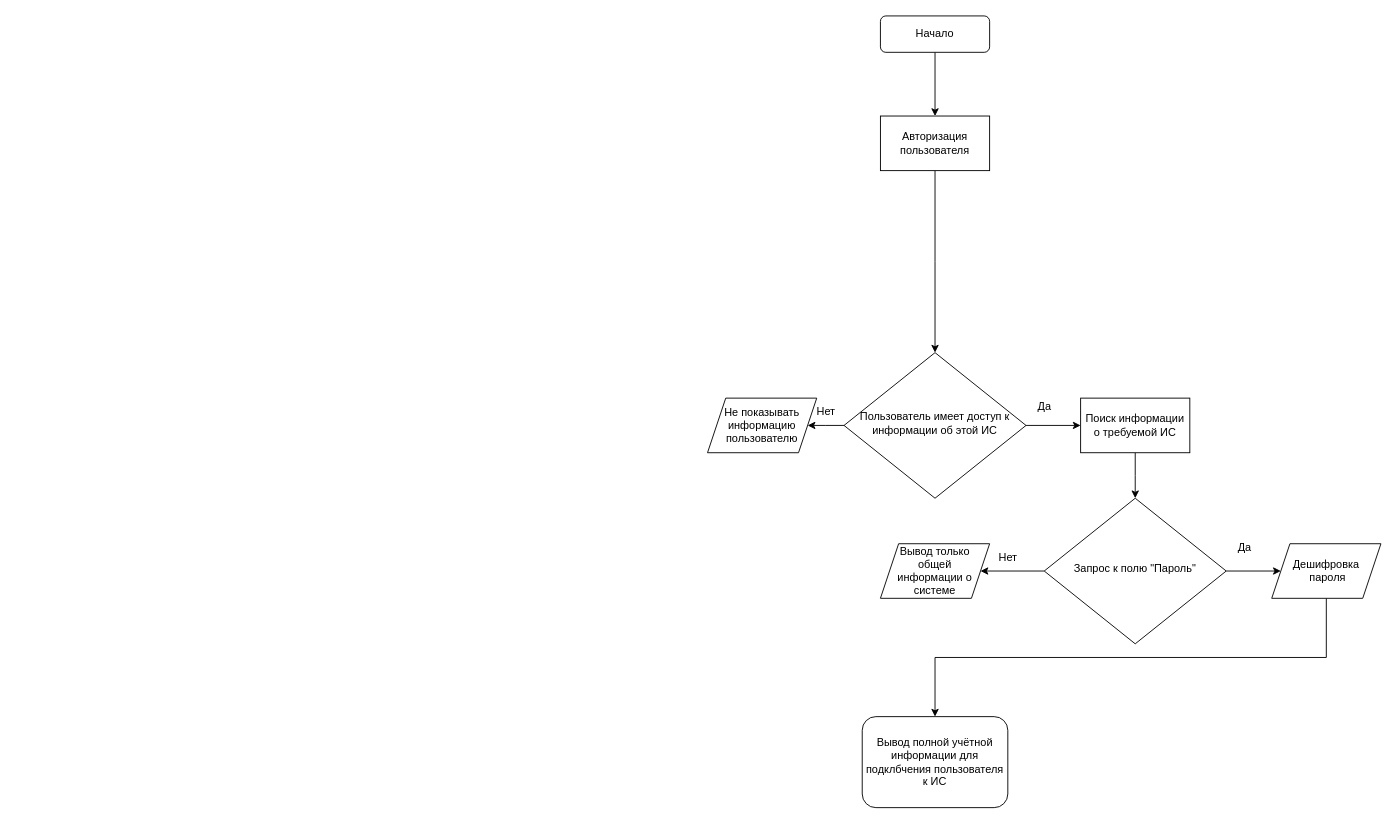
Before: Диаграмма без названия.drawio in Roman-Denisov/RepoDrawIo, a draw.io diagram. Source tidied: cells renumbered, new cells numbered last; positions are measured from the earlier drawing's top-left corner, leaving out a move shared by most shapes. Both pictures are drawn from the tidied source at 91%, with x=0, y=0 at pixel (707, 15).
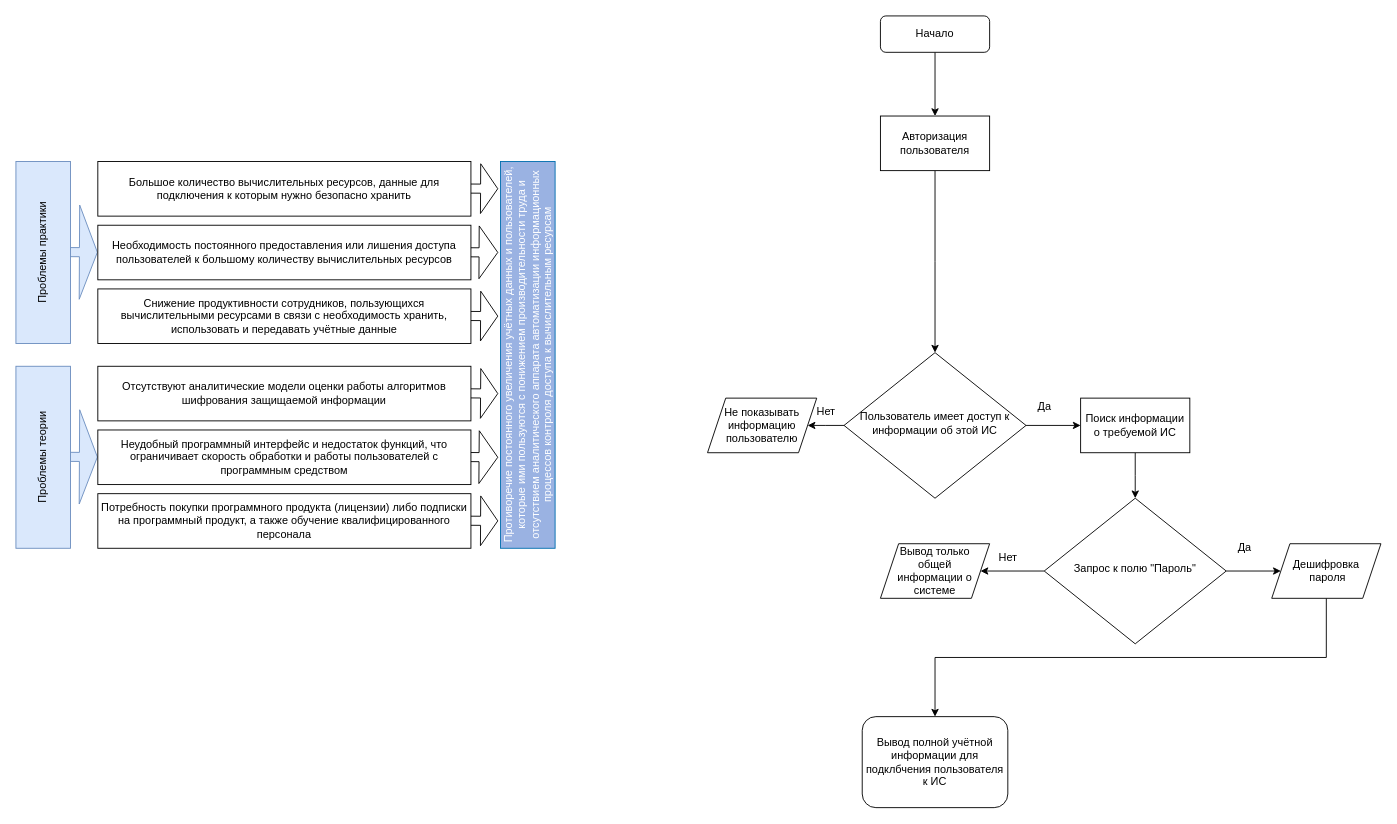
The same diagram, later.

The edit, as a diff of the source:
```diff
@@
+    <mxCell id="23" value="Противоречие постоянного увеличения учётных данных и пользователей, которые ими пользуются с понижением производительности труда и отсутствием аналитического аппарата автоматизации информационных процессов контроля доступа к вычислительным ресурсам" style="rounded=0;whiteSpace=wrap;html=1;rotation=-90;fillColor=#9AB2E2;strokeColor=#006EAF;fontColor=#ffffff;" parent="1" vertex="1">
+      <mxGeometry x="-410" y="342.5" width="425" height="60" as="geometry" />
+    </mxCell>
+    <mxCell id="24" style="shape=flexArrow;endArrow=classic;html=1;rounded=0;endWidth=92.57142857142857;endSize=6.234285714285714;startWidth=49.714285714285715;startSize=19.33142857142857;fillColor=#dae8fc;strokeColor=#6c8ebf;" parent="1" edge="1">
+      <mxGeometry relative="1" as="geometry">
+        <mxPoint x="-710" y="259.5" as="sourcePoint" />
+        <mxPoint x="-670" y="259.7" as="targetPoint" />
+      </mxGeometry>
+    </mxCell>
+    <mxCell id="25" value="Проблемы практики" style="rounded=0;whiteSpace=wrap;html=1;rotation=-90;fillColor=#dae8fc;strokeColor=#6c8ebf;" parent="1" vertex="1">
+      <mxGeometry x="-830" y="230" width="200" height="60" as="geometry" />
+    </mxCell>
+    <mxCell id="26" style="shape=flexArrow;endArrow=classic;html=1;rounded=0;endWidth=43.666666666666664;endSize=5.963333333333334;startWidth=49.714285714285715;startSize=19.33142857142857;" parent="1" edge="1">
+      <mxGeometry relative="1" as="geometry">
+        <mxPoint x="-270" y="189.7" as="sourcePoint" />
+        <mxPoint x="-230" y="189.9" as="targetPoint" />
+      </mxGeometry>
+    </mxCell>
+    <mxCell id="27" value="Большое количество вычислительных ресурсов, данные для подключения к которым нужно безопасно хранить" style="rounded=0;whiteSpace=wrap;html=1;rotation=0;" parent="1" vertex="1">
+      <mxGeometry x="-670" y="160" width="410" height="60" as="geometry" />
+    </mxCell>
+    <mxCell id="28" style="shape=flexArrow;endArrow=classic;html=1;rounded=0;endWidth=47;endSize=6.516666666666667;startWidth=43.666666666666664;startSize=6.516666666666667;" parent="1" edge="1">
+      <mxGeometry relative="1" as="geometry">
+        <mxPoint x="-270" y="259.7" as="sourcePoint" />
+        <mxPoint x="-230" y="259.9" as="targetPoint" />
+      </mxGeometry>
+    </mxCell>
+    <mxCell id="29" value="Необходимость постоянного предоставления или лишения доступа пользователей к большому количеству вычислительных ресурсов" style="rounded=0;whiteSpace=wrap;html=1;rotation=0;" parent="1" vertex="1">
+      <mxGeometry x="-670" y="230" width="410" height="60" as="geometry" />
+    </mxCell>
+    <mxCell id="30" style="shape=flexArrow;endArrow=classic;html=1;rounded=0;endWidth=43.666666666666664;endSize=5.963333333333334;startWidth=49.714285714285715;startSize=19.33142857142857;" parent="1" edge="1">
+      <mxGeometry relative="1" as="geometry">
+        <mxPoint x="-270" y="329.7" as="sourcePoint" />
+        <mxPoint x="-230" y="329.9" as="targetPoint" />
+      </mxGeometry>
+    </mxCell>
+    <mxCell id="31" value="Снижение продуктивности сотрудников, пользующихся вычислительными ресурсами в связи с необходимость хранить, использовать и передавать учётные данные" style="rounded=0;whiteSpace=wrap;html=1;rotation=0;" parent="1" vertex="1">
+      <mxGeometry x="-670" y="300" width="410" height="60" as="geometry" />
+    </mxCell>
+    <mxCell id="32" style="shape=flexArrow;endArrow=classic;html=1;rounded=0;endWidth=92.57142857142857;endSize=6.234285714285714;startWidth=49.714285714285715;startSize=19.33142857142857;fillColor=#dae8fc;strokeColor=#6c8ebf;" parent="1" edge="1">
+      <mxGeometry relative="1" as="geometry">
+        <mxPoint x="-710" y="484.5" as="sourcePoint" />
+        <mxPoint x="-670" y="484.7" as="targetPoint" />
+      </mxGeometry>
+    </mxCell>
+    <mxCell id="33" value="Проблемы теории" style="rounded=0;whiteSpace=wrap;html=1;rotation=-90;fillColor=#dae8fc;strokeColor=#6c8ebf;" parent="1" vertex="1">
+      <mxGeometry x="-830" y="455" width="200" height="60" as="geometry" />
+    </mxCell>
+    <mxCell id="34" style="shape=flexArrow;endArrow=classic;html=1;rounded=0;endWidth=43.666666666666664;endSize=5.963333333333334;startWidth=49.714285714285715;startSize=19.33142857142857;" parent="1" edge="1">
+      <mxGeometry relative="1" as="geometry">
+        <mxPoint x="-270" y="414.7" as="sourcePoint" />
+        <mxPoint x="-230" y="415" as="targetPoint" />
+      </mxGeometry>
+    </mxCell>
+    <mxCell id="35" value="Отсутствуют аналитические модели оценки работы алгоритмов шифрования защищаемой информации" style="rounded=0;whiteSpace=wrap;html=1;rotation=0;" parent="1" vertex="1">
+      <mxGeometry x="-670" y="385" width="410" height="60" as="geometry" />
+    </mxCell>
+    <mxCell id="36" style="shape=flexArrow;endArrow=classic;html=1;rounded=0;endWidth=47;endSize=6.516666666666667;startWidth=43.666666666666664;startSize=6.516666666666667;" parent="1" edge="1">
+      <mxGeometry relative="1" as="geometry">
+        <mxPoint x="-270" y="484.7" as="sourcePoint" />
+        <mxPoint x="-230" y="485" as="targetPoint" />
+      </mxGeometry>
+    </mxCell>
+    <mxCell id="37" value="Неудобный программный интерфейс и недостаток функций, что ограничивает скорость обработки и работы пользователей с программным средством" style="rounded=0;whiteSpace=wrap;html=1;rotation=0;" parent="1" vertex="1">
+      <mxGeometry x="-670" y="455" width="410" height="60" as="geometry" />
+    </mxCell>
+    <mxCell id="38" style="shape=flexArrow;endArrow=classic;html=1;rounded=0;endWidth=43.666666666666664;endSize=5.963333333333334;startWidth=49.714285714285715;startSize=19.33142857142857;" parent="1" edge="1">
+      <mxGeometry relative="1" as="geometry">
+        <mxPoint x="-270" y="554.7" as="sourcePoint" />
+        <mxPoint x="-230" y="554.9" as="targetPoint" />
+      </mxGeometry>
+    </mxCell>
+    <mxCell id="39" value="Потребность покупки программного продукта (лицензии) либо подписки на программный продукт, а также обучение квалифицированного персонала" style="rounded=0;whiteSpace=wrap;html=1;rotation=0;" parent="1" vertex="1">
+      <mxGeometry x="-670" y="525" width="410" height="60" as="geometry" />
+    </mxCell>
```
